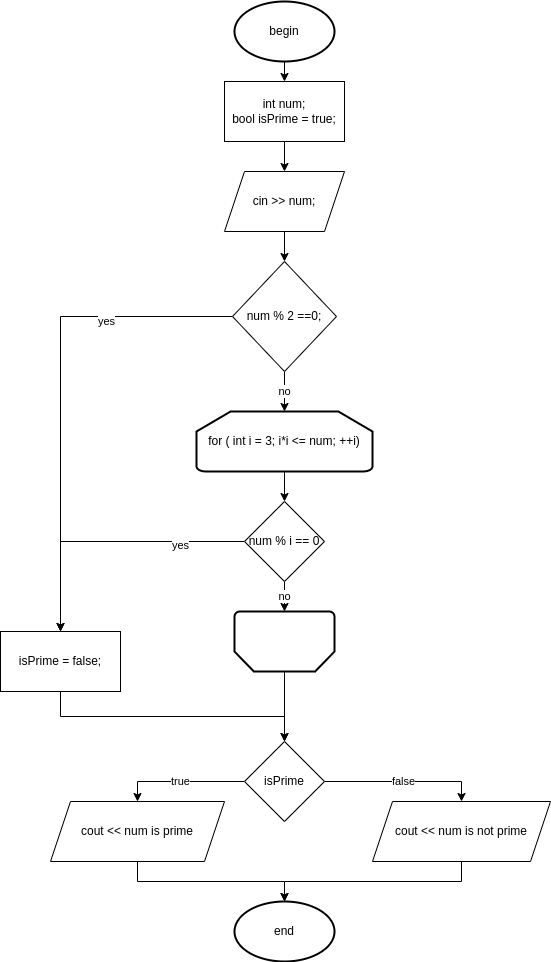
Earlier version of the draw.io export Algorithms and data structures/DZ3/scheme.png (DrShall/HomeworkGB). Source tidied: cells renumbered, new cells last; positions are measured from the earlier drawing's top-left corner, leaving out a move shared by most shapes.
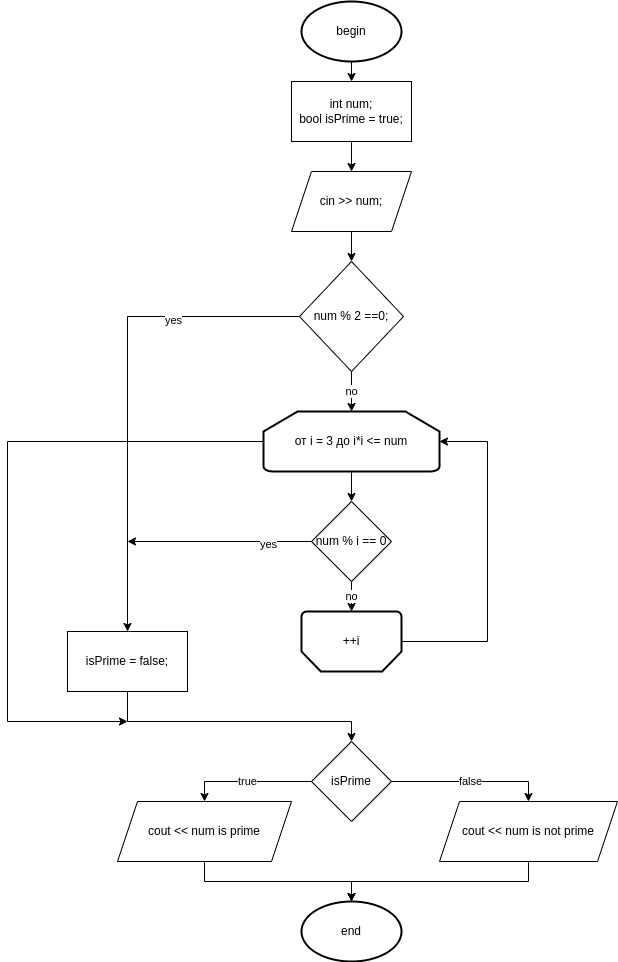
Above is the later version.

Change to the diagram source:
```diff
@@ -35,18 +35,32 @@
     <mxCell id="12" style="edgeStyle=orthogonalEdgeStyle;rounded=0;jettySize=auto;html=1;exitX=0.5;exitY=1;exitDx=0;exitDy=0;exitPerimeter=0;entryX=0.5;entryY=0;entryDx=0;entryDy=0;" parent="1" edge="1" source="13" target="19">
       <mxGeometry relative="1" as="geometry" />
     </mxCell>
+    <mxCell id="30" style="edgeStyle=orthogonalEdgeStyle;rounded=0;jettySize=auto;html=1;exitX=0;exitY=0.5;exitDx=0;exitDy=0;exitPerimeter=0;" parent="1" edge="1" source="13">
+      <mxGeometry relative="1" as="geometry">
+        <mxPoint x="60" y="720" as="targetPoint" />
+        <Array as="points">
+          <mxPoint x="-60" y="440" />
+          <mxPoint x="-60" y="720" />
+        </Array>
+      </mxGeometry>
+    </mxCell>
-    <mxCell id="13" value="for ( int i = 3; i*i &amp;lt;= num; ++i)" style="strokeWidth=2;html=1;shape=mxgraph.flowchart.loop_limit;whiteSpace=wrap;direction=east;" parent="1" vertex="1">
+    <mxCell id="13" value="от i = 3 до i*i &amp;lt;= num" style="strokeWidth=2;html=1;shape=mxgraph.flowchart.loop_limit;whiteSpace=wrap;direction=east;" parent="1" vertex="1">
       <mxGeometry x="196" y="410" width="176" height="60" as="geometry" />
     </mxCell>
     <mxCell id="14" style="edgeStyle=orthogonalEdgeStyle;rounded=0;jettySize=auto;html=1;exitX=0.5;exitY=1;exitDx=0;exitDy=0;entryX=0.5;entryY=0;entryDx=0;entryDy=0;" parent="1" edge="1" source="15" target="24">
-      <mxGeometry relative="1" as="geometry" />
+      <mxGeometry relative="1" as="geometry">
+        <Array as="points">
+          <mxPoint x="60" y="720" />
+          <mxPoint x="284" y="720" />
+        </Array>
+      </mxGeometry>
     </mxCell>
     <mxCell id="15" value="&lt;span&gt;isPrime = false;&lt;/span&gt;" style="rounded=0;whiteSpace=wrap;html=1;" parent="1" vertex="1">
       <mxGeometry y="630" width="120" height="60" as="geometry" />
     </mxCell>
     <mxCell id="16" style="edgeStyle=orthogonalEdgeStyle;rounded=0;jettySize=auto;html=1;exitX=0;exitY=0.5;exitDx=0;exitDy=0;" parent="1" edge="1" source="19">
       <mxGeometry relative="1" as="geometry">
-        <mxPoint x="60" y="630" as="targetPoint" />
+        <mxPoint x="60" y="540" as="targetPoint" />
       </mxGeometry>
     </mxCell>
     <mxCell id="17" value="yes" style="edgeLabel;html=1;align=center;verticalAlign=middle;" parent="16" vertex="1">
@@ -58,10 +72,15 @@
     <mxCell id="19" value="num % i == 0" style="rhombus;whiteSpace=wrap;html=1;" parent="1" vertex="1">
       <mxGeometry x="244" y="500" width="80" height="80" as="geometry" />
     </mxCell>
-    <mxCell id="20" style="edgeStyle=orthogonalEdgeStyle;rounded=0;jettySize=auto;html=1;exitX=0.5;exitY=0;exitDx=0;exitDy=0;exitPerimeter=0;entryX=0.5;entryY=0;entryDx=0;entryDy=0;" parent="1" edge="1" source="21" target="24">
-      <mxGeometry relative="1" as="geometry" />
-    </mxCell>
+    <mxCell id="31" style="edgeStyle=orthogonalEdgeStyle;rounded=0;jettySize=auto;html=1;exitX=0;exitY=0.5;exitDx=0;exitDy=0;exitPerimeter=0;entryX=1;entryY=0.5;entryDx=0;entryDy=0;entryPerimeter=0;" parent="1" edge="1" source="21" target="13">
+      <mxGeometry relative="1" as="geometry">
+        <Array as="points">
+          <mxPoint x="420" y="640" />
+          <mxPoint x="420" y="440" />
+        </Array>
+      </mxGeometry>
+    </mxCell>
-    <mxCell id="21" style="strokeWidth=2;html=1;shape=mxgraph.flowchart.loop_limit;whiteSpace=wrap;direction=west;" parent="1" vertex="1">
+    <mxCell id="21" value="++i" style="strokeWidth=2;html=1;shape=mxgraph.flowchart.loop_limit;whiteSpace=wrap;direction=west;" parent="1" vertex="1">
       <mxGeometry x="234" y="610" width="100" height="60" as="geometry" />
     </mxCell>
     <mxCell id="22" value="true" style="edgeStyle=orthogonalEdgeStyle;rounded=0;jettySize=auto;html=1;exitX=0;exitY=0.5;exitDx=0;exitDy=0;entryX=0.5;entryY=0;entryDx=0;entryDy=0;" parent="1" edge="1" source="24" target="26">
```
